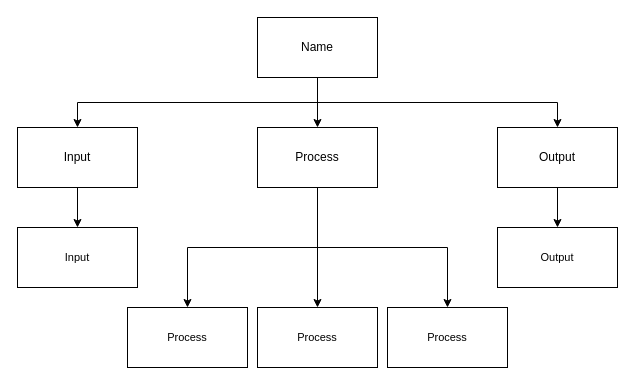
Earlier version of the draw.io diagram design.drawio (Aleksandr-Ten/ICS3U-Assignment-2-Python). Source tidied: cells renumbered, new cells numbered last; positions are measured from the earlier drawing's top-left corner, leaving out a move shared by most shapes. Both pictures are drawn from the tidied source at 100%, with x=0, y=0 at pixel (17, 17).
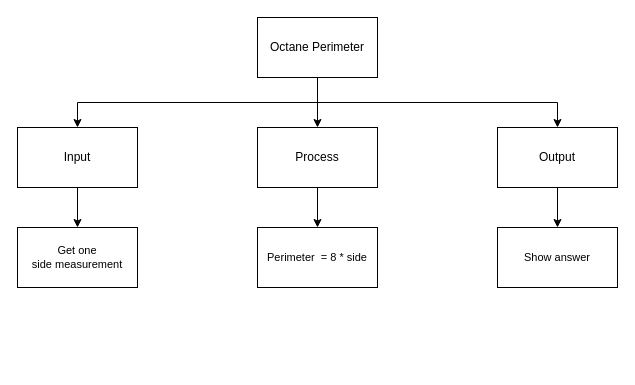
Above is the later version.

What changed in the source:
```diff
@@
 <mxGraphModel>
   <root>
     <mxCell id="0" />
     <mxCell id="1" parent="0" />
     <mxCell id="2" style="edgeStyle=none;html=1;exitX=0.5;exitY=1;exitDx=0;exitDy=0;entryX=0.5;entryY=0;entryDx=0;entryDy=0;" parent="1" edge="1" source="5" target="9">
       <mxGeometry relative="1" as="geometry" />
     </mxCell>
     <mxCell id="3" style="edgeStyle=orthogonalEdgeStyle;html=1;exitX=0.5;exitY=1;exitDx=0;exitDy=0;entryX=0.5;entryY=0;entryDx=0;entryDy=0;rounded=0;" parent="1" edge="1" source="5" target="11">
       <mxGeometry relative="1" as="geometry" />
     </mxCell>
     <mxCell id="4" style="edgeStyle=orthogonalEdgeStyle;shape=connector;rounded=0;html=1;labelBackgroundColor=default;fontFamily=Helvetica;fontSize=11;fontColor=default;endArrow=classic;strokeColor=default;exitX=0.5;exitY=1;exitDx=0;exitDy=0;" parent="1" edge="1" source="5" target="13">
       <mxGeometry relative="1" as="geometry" />
     </mxCell>
-    <mxCell id="5" value="Name" style="rounded=0;whiteSpace=wrap;html=1;" parent="1" vertex="1">
+    <mxCell id="5" value="Octane Perimeter" style="rounded=0;whiteSpace=wrap;html=1;" parent="1" vertex="1">
       <mxGeometry x="240" width="120" height="60" as="geometry" />
     </mxCell>
     <mxCell id="6" style="edgeStyle=orthogonalEdgeStyle;shape=connector;rounded=0;html=1;labelBackgroundColor=default;fontFamily=Helvetica;fontSize=11;fontColor=default;endArrow=classic;strokeColor=default;" parent="1" edge="1" source="9" target="16">
       <mxGeometry relative="1" as="geometry" />
     </mxCell>
-    <mxCell id="7" style="edgeStyle=orthogonalEdgeStyle;shape=connector;rounded=0;html=1;exitX=0.5;exitY=1;exitDx=0;exitDy=0;labelBackgroundColor=default;fontFamily=Helvetica;fontSize=11;fontColor=default;endArrow=classic;strokeColor=default;" parent="1" edge="1" source="9" target="15">
-      <mxGeometry relative="1" as="geometry" />
-    </mxCell>
-    <mxCell id="8" style="edgeStyle=orthogonalEdgeStyle;shape=connector;rounded=0;html=1;exitX=0.5;exitY=1;exitDx=0;exitDy=0;labelBackgroundColor=default;fontFamily=Helvetica;fontSize=11;fontColor=default;endArrow=classic;strokeColor=default;" parent="1" edge="1" source="9" target="17">
-      <mxGeometry relative="1" as="geometry" />
-    </mxCell>
     <mxCell id="9" value="Process" style="rounded=0;whiteSpace=wrap;html=1;" parent="1" vertex="1">
       <mxGeometry x="240" y="110" width="120" height="60" as="geometry" />
     </mxCell>
     <mxCell id="10" style="edgeStyle=orthogonalEdgeStyle;shape=connector;rounded=0;html=1;exitX=0.5;exitY=1;exitDx=0;exitDy=0;labelBackgroundColor=default;fontFamily=Helvetica;fontSize=11;fontColor=default;endArrow=classic;strokeColor=default;" parent="1" edge="1" source="11" target="14">
       <mxGeometry relative="1" as="geometry" />
     </mxCell>
     <mxCell id="11" value="Input" style="rounded=0;whiteSpace=wrap;html=1;" parent="1" vertex="1">
       <mxGeometry y="110" width="120" height="60" as="geometry" />
     </mxCell>
     <mxCell id="12" style="edgeStyle=orthogonalEdgeStyle;shape=connector;rounded=0;html=1;labelBackgroundColor=default;fontFamily=Helvetica;fontSize=11;fontColor=default;endArrow=classic;strokeColor=default;" parent="1" edge="1" source="13" target="18">
       <mxGeometry relative="1" as="geometry" />
     </mxCell>
     <mxCell id="13" value="Output" style="rounded=0;whiteSpace=wrap;html=1;" parent="1" vertex="1">
       <mxGeometry x="480" y="110" width="120" height="60" as="geometry" />
     </mxCell>
-    <mxCell id="14" value="Input" style="rounded=0;whiteSpace=wrap;html=1;fontFamily=Helvetica;fontSize=11;fontColor=default;" parent="1" vertex="1">
+    <mxCell id="14" value="Get one side&amp;nbsp;measurement" style="rounded=0;whiteSpace=wrap;html=1;fontFamily=Helvetica;fontSize=11;fontColor=default;" parent="1" vertex="1">
       <mxGeometry y="210" width="120" height="60" as="geometry" />
     </mxCell>
-    <mxCell id="15" value="Process" style="rounded=0;whiteSpace=wrap;html=1;fontFamily=Helvetica;fontSize=11;fontColor=default;" parent="1" vertex="1">
-      <mxGeometry x="110" y="290" width="120" height="60" as="geometry" />
-    </mxCell>
-    <mxCell id="16" value="Process" style="rounded=0;whiteSpace=wrap;html=1;fontFamily=Helvetica;fontSize=11;fontColor=default;" parent="1" vertex="1">
-      <mxGeometry x="240" y="290" width="120" height="60" as="geometry" />
+    <mxCell id="16" value="Perimeter&amp;nbsp; = 8 * side" style="rounded=0;whiteSpace=wrap;html=1;fontFamily=Helvetica;fontSize=11;fontColor=default;" parent="1" vertex="1">
+      <mxGeometry x="240" y="210" width="120" height="60" as="geometry" />
     </mxCell>
-    <mxCell id="17" value="Process" style="rounded=0;whiteSpace=wrap;html=1;fontFamily=Helvetica;fontSize=11;fontColor=default;" parent="1" vertex="1">
-      <mxGeometry x="370" y="290" width="120" height="60" as="geometry" />
-    </mxCell>
-    <mxCell id="18" value="Output" style="rounded=0;whiteSpace=wrap;html=1;fontFamily=Helvetica;fontSize=11;fontColor=default;" parent="1" vertex="1">
+    <mxCell id="18" value="Show answer" style="rounded=0;whiteSpace=wrap;html=1;fontFamily=Helvetica;fontSize=11;fontColor=default;" parent="1" vertex="1">
       <mxGeometry x="480" y="210" width="120" height="60" as="geometry" />
     </mxCell>
   </root>
 </mxGraphModel>
```
